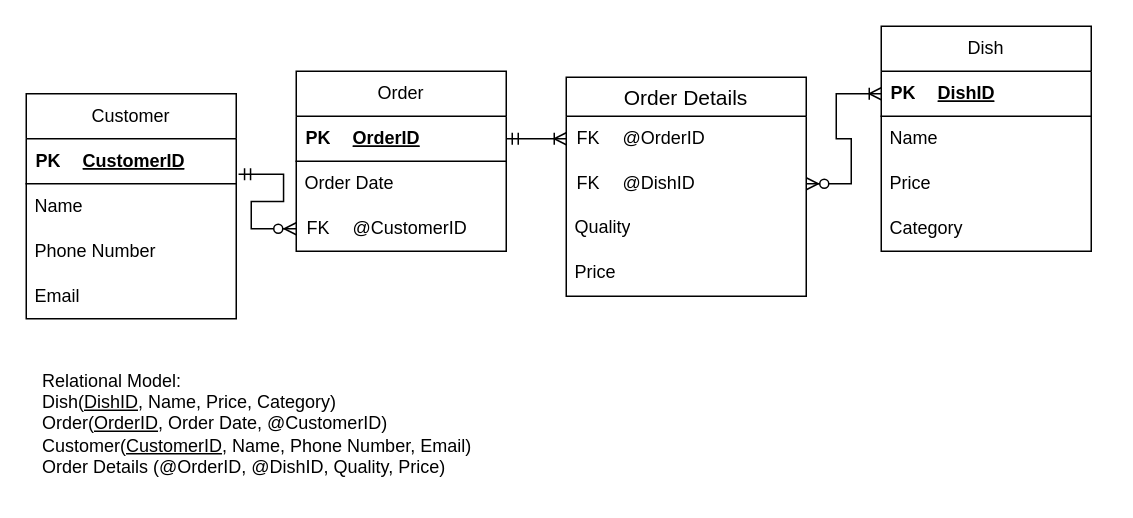
This is page "Page-1" (1 of 4) of 未命名绘图.drawio from juliaxiahaha/Introduction-to-Databases, a draw.io file, before an edit. Source tidied: cells renumbered, new cells numbered last; positions are measured from the earlier drawing's top-left corner, leaving out a move shared by most shapes. Both pictures are drawn from the tidied source at 150%, with x=0, y=0 at pixel (26, 26).
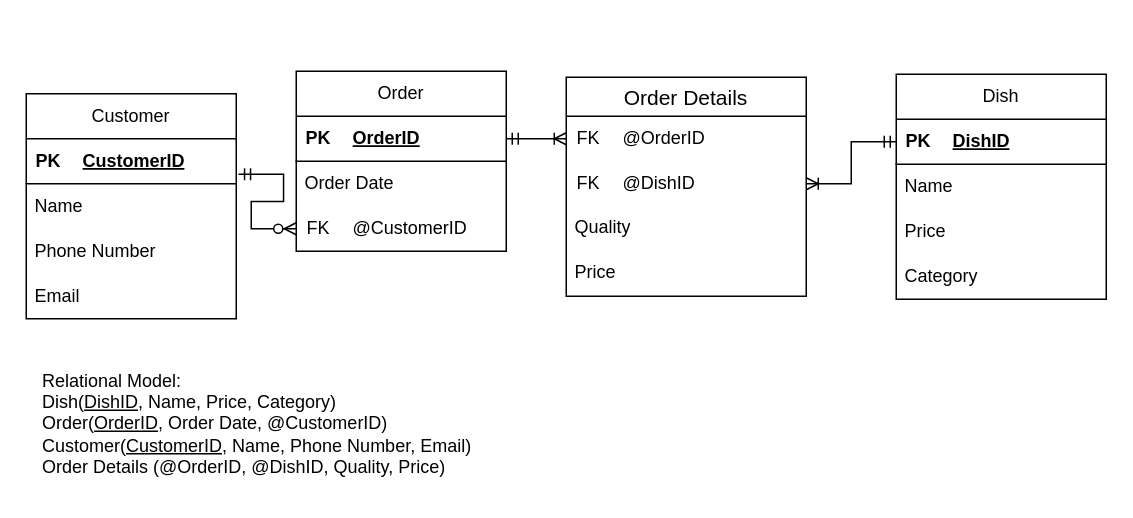
The same diagram, later.

The change refers to these unchanged cells:
```xml
<mxCell id="4" style="shape=tableRow;horizontal=0;startSize=0;swimlaneHead=0;swimlaneBody=0;fillColor=none;points=[[0,0.5],[1,0.5]];portConstraint=eastwest;top=0;left=0;right=0;bottom=1;" parent="3" vertex="1">
  <mxGeometry width="140" height="30" as="geometry" />
</mxCell>
<mxCell id="33" style="shape=tableRow;horizontal=0;startSize=0;swimlaneHead=0;swimlaneBody=0;fillColor=none;points=[[0,0.5],[1,0.5]];portConstraint=eastwest;top=0;left=0;right=0;bottom=0;" parent="29" vertex="1">
  <mxGeometry y="30" width="160" height="30" as="geometry" />
</mxCell>
```

Change to the diagram source:
```diff
@@
     <mxCell id="2" value="Dish" style="swimlane;fontStyle=0;horizontal=1;startSize=30;whiteSpace=wrap;html=1;" parent="1" vertex="1">
-      <mxGeometry x="570" width="140" height="150" as="geometry" />
+      <mxGeometry x="580" y="32" width="140" height="150" as="geometry" />
     </mxCell>
@@
-    <mxCell id="41" style="edgeStyle=entityRelationEdgeStyle;fontSize=12;html=1;endArrow=ERoneToMany;startArrow=ERzeroToMany;rounded=0;exitX=1;exitY=0.5;exitDx=0;exitDy=0;entryX=0;entryY=0.5;entryDx=0;entryDy=0;" parent="1" edge="1" source="33" target="4">
-      <mxGeometry relative="1" as="geometry" />
-    </mxCell>
+    <mxCell id="42" style="edgeStyle=entityRelationEdgeStyle;fontSize=12;html=1;endArrow=ERoneToMany;startArrow=ERmandOne;rounded=0;exitX=0;exitY=0.5;exitDx=0;exitDy=0;entryX=1;entryY=0.5;entryDx=0;entryDy=0;" parent="1" edge="1" source="4" target="33">
+      <mxGeometry relative="1" as="geometry">
+        <Array as="points">
+          <mxPoint x="370" y="85" />
+        </Array>
+      </mxGeometry>
+    </mxCell>
```
